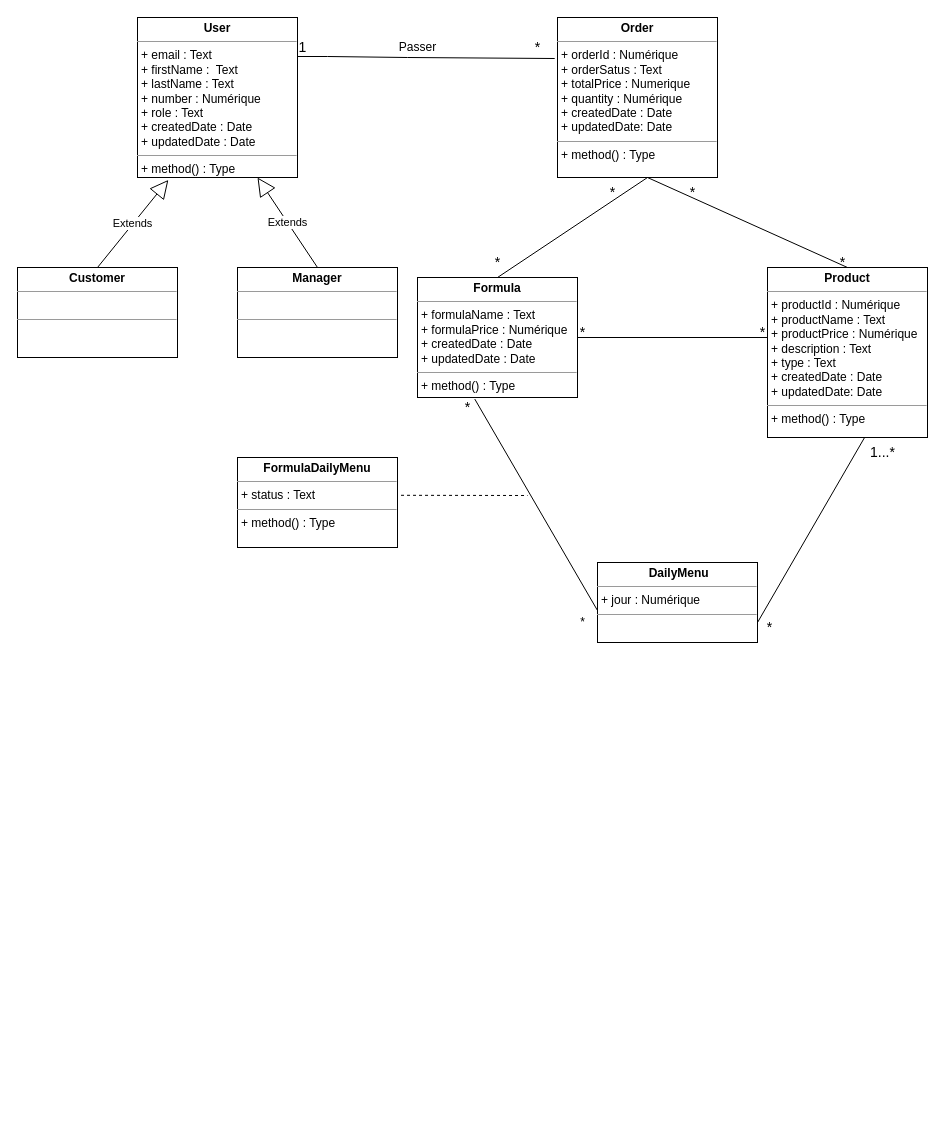
Before: msClassDiagram.drawio in CaroleAdg/tpjpa202, a draw.io diagram. Source tidied: cells renumbered, new cells numbered last; positions are measured from the earlier drawing's top-left corner, leaving out a move shared by most shapes. Both pictures are drawn from the tidied source at 100%, with x=0, y=0 at pixel (17, 17).
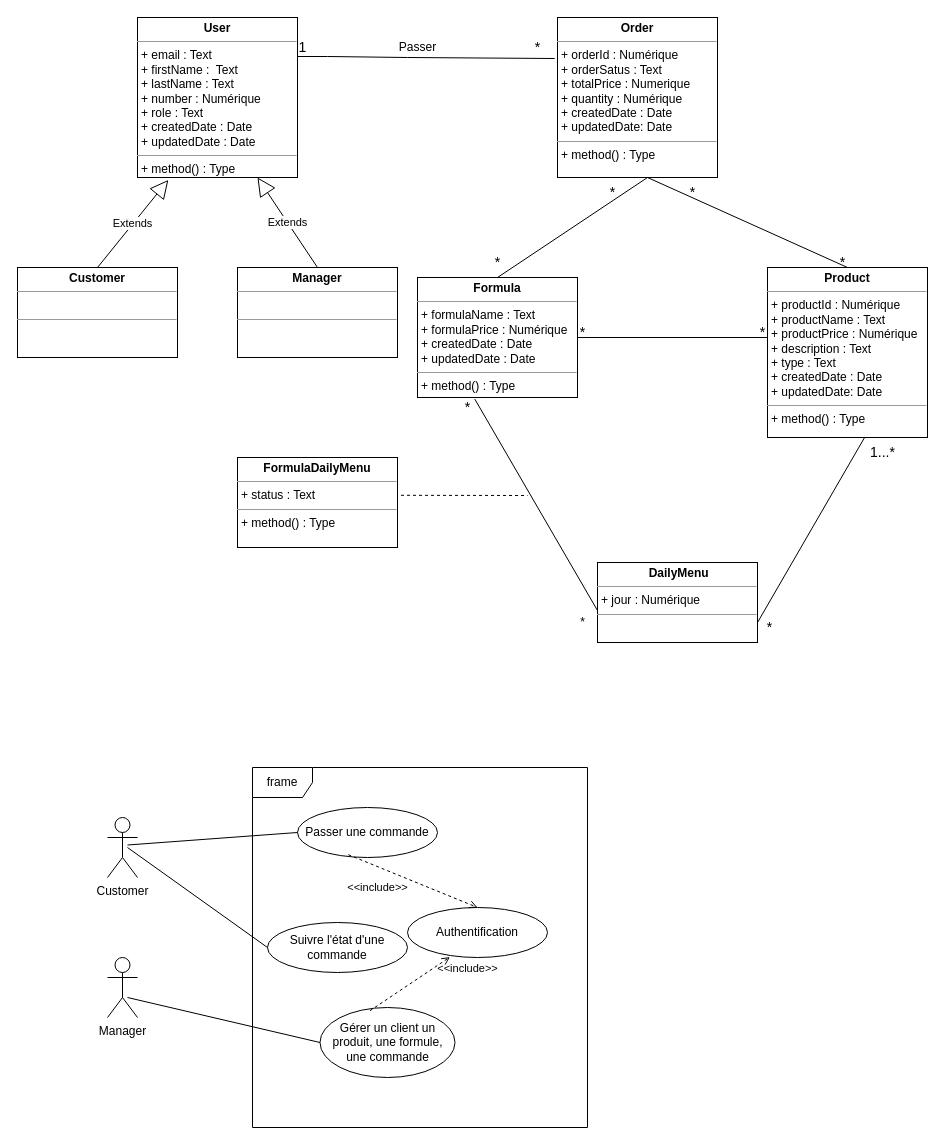
After the change.

Commit message:
Mettre à jour msClassDiagram.drawio

What changed in the source:
```diff
@@
+    <mxCell id="31" value="Passer une commande" style="ellipse;whiteSpace=wrap;html=1;" parent="1" vertex="1">
+      <mxGeometry x="280" y="790" width="140" height="50" as="geometry" />
+    </mxCell>
+    <mxCell id="32" value="Customer" style="shape=umlActor;verticalLabelPosition=bottom;verticalAlign=top;html=1;" parent="1" vertex="1">
+      <mxGeometry x="90" y="800" width="30" height="60" as="geometry" />
+    </mxCell>
+    <mxCell id="33" value="Manager" style="shape=umlActor;verticalLabelPosition=bottom;verticalAlign=top;html=1;" parent="1" vertex="1">
+      <mxGeometry x="90" y="940" width="30" height="60" as="geometry" />
+    </mxCell>
+    <mxCell id="34" value="Suivre l'état d'une commande" style="ellipse;whiteSpace=wrap;html=1;" parent="1" vertex="1">
+      <mxGeometry x="250" y="905" width="140" height="50" as="geometry" />
+    </mxCell>
+    <mxCell id="35" value="Gérer un client un produit, une formule, une commande" style="ellipse;whiteSpace=wrap;html=1;" parent="1" vertex="1">
+      <mxGeometry x="302.5" y="990" width="135" height="70" as="geometry" />
+    </mxCell>
+    <mxCell id="36" value="frame" style="shape=umlFrame;whiteSpace=wrap;html=1;" parent="1" vertex="1">
+      <mxGeometry x="235" y="750" width="335" height="360" as="geometry" />
+    </mxCell>
+    <mxCell id="37" value="Authentification" style="ellipse;whiteSpace=wrap;html=1;" parent="1" vertex="1">
+      <mxGeometry x="390" y="890" width="140" height="50" as="geometry" />
+    </mxCell>
+    <mxCell id="38" style="endArrow=none;html=1;rounded=0;entryX=0;entryY=0.5;entryDx=0;entryDy=0;" parent="1" edge="1" target="31">
+      <mxGeometry relative="1" as="geometry">
+        <mxPoint x="110" y="827.5" as="sourcePoint" />
+      </mxGeometry>
+    </mxCell>
+    <mxCell id="39" value="&amp;lt;&amp;lt;include&amp;gt;&amp;gt;" style="html=1;verticalAlign=bottom;labelBackgroundColor=none;endArrow=open;endFill=0;dashed=1;rounded=0;entryX=0.5;entryY=0;entryDx=0;entryDy=0;exitX=0.363;exitY=0.944;exitDx=0;exitDy=0;exitPerimeter=0;" parent="1" edge="1" source="31" target="37">
+      <mxGeometry x="-0.39" y="-28" relative="1" as="geometry" />
+    </mxCell>
+    <mxCell id="40" style="endArrow=none;html=1;rounded=0;entryX=0;entryY=0.5;entryDx=0;entryDy=0;" parent="1" edge="1" target="35">
+      <mxGeometry relative="1" as="geometry">
+        <mxPoint x="110" y="980" as="sourcePoint" />
+      </mxGeometry>
+    </mxCell>
+    <mxCell id="41" value="&amp;lt;&amp;lt;include&amp;gt;&amp;gt;" style="html=1;verticalAlign=bottom;labelBackgroundColor=none;endArrow=open;endFill=0;dashed=1;rounded=0;exitX=0.37;exitY=0.046;exitDx=0;exitDy=0;exitPerimeter=0;entryX=0.303;entryY=0.992;entryDx=0;entryDy=0;entryPerimeter=0;" parent="1" edge="1" source="35" target="37">
+      <mxGeometry x="1" y="-27" relative="1" as="geometry">
+        <mxPoint x="3" y="-2" as="offset" />
+      </mxGeometry>
+    </mxCell>
+    <mxCell id="42" style="endArrow=none;html=1;rounded=0;exitX=0;exitY=0.5;exitDx=0;exitDy=0;" parent="1" edge="1" source="34">
+      <mxGeometry relative="1" as="geometry">
+        <mxPoint x="110" y="830" as="targetPoint" />
+      </mxGeometry>
+    </mxCell>
```
